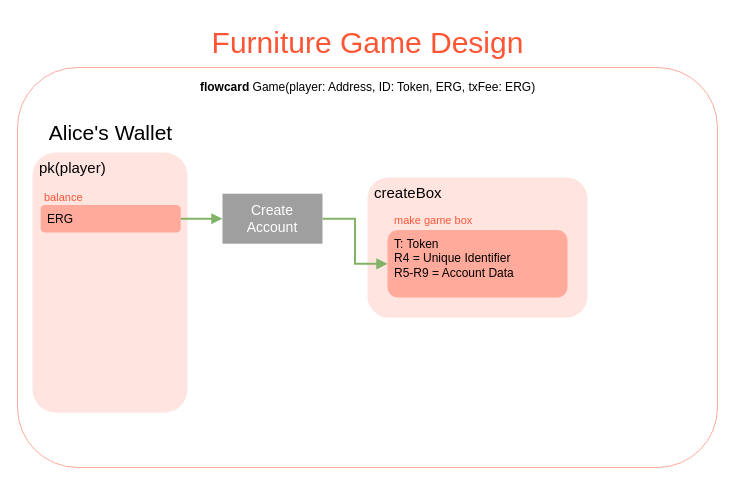
Above: info/src/Untitled Diagram.drawio in quwin/auto-chess (draw.io), before the change. Source tidied: cells renumbered, new cells numbered last; positions are measured from the earlier drawing's top-left corner, leaving out a move shared by most shapes. Both pictures are drawn from the tidied source at 100%, with x=0, y=0 at pixel (17, 17).
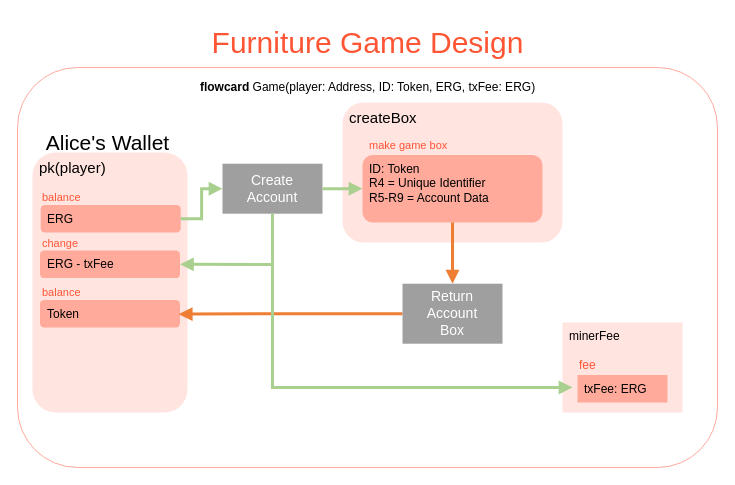
The same diagram, later.

Unchanged cells that the change refers to:
```xml
<mxCell id="2" style="group;rounded=0;labelBackgroundColor=none;fontFamily=Helvetica;fontSize=14;fontColor=none;strokeColor=none;fillColor=none;align=left;html=1;" parent="1" vertex="1">
  <mxGeometry y="10" width="700" height="440" as="geometry" />
</mxCell>
<mxCell id="6" style="group;rounded=1;labelBackgroundColor=none;fontFamily=Helvetica;fontSize=14;fontColor=none;strokeColor=none;fillColor=none;align=left;html=1;" parent="2" vertex="1">
  <mxGeometry x="15" y="95" width="155" height="290" as="geometry" />
</mxCell>
<mxCell id="10" value="&lt;div style=&quot;font-size: 12px&quot; align=&quot;left&quot;&gt;ERG&lt;/div&gt;&lt;div style=&quot;font-size: 12px&quot;&gt;&lt;br&gt;&lt;/div&gt;" style="rounded=1;whiteSpace=wrap;html=1;fontFamily=Helvetica;fontSize=24;fontColor=#000000;strokeColor=none;fillColor=#ffaa9b;align=left;labelBackgroundColor=none;verticalAlign=top;spacingLeft=5;" parent="9" vertex="1">
  <mxGeometry x="-20" y="22.5" width="140" height="27.5" as="geometry" />
</mxCell>
```

The edit, as a diff of the source:
```diff
@@
-    <mxCell id="8" value="&lt;div align=&quot;left&quot;&gt;&lt;font style=&quot;font-size: 21px;&quot;&gt;Alice's Wallet&lt;/font&gt;&lt;br&gt;&lt;/div&gt;" style="text;html=1;align=center;verticalAlign=middle;strokeColor=none;fillColor=none;fontSize=12;fontFamily=Helvetica;fontColor=#000000;rounded=0;labelBackgroundColor=none;" parent="6" vertex="1">
-      <mxGeometry x="2.5" y="-10" width="150" height="40" as="geometry" />
-    </mxCell>
     <mxCell id="9" style="group;rounded=1;fontFamily=Helvetica;fontSize=12;fontColor=#000000;strokeColor=none;fillColor=none;align=left;labelBackgroundColor=none;html=1;" parent="6" vertex="1">
-      <mxGeometry x="28.2" y="60" width="120" height="90" as="geometry" />
+      <mxGeometry x="28.2" y="60" width="120" height="98.8" as="geometry" />
     </mxCell>
@@
-    <mxCell id="11" value="&lt;font style=&quot;font-size: 11px;&quot;&gt;balance&lt;/font&gt;" style="text;html=1;align=left;verticalAlign=middle;strokeColor=none;fillColor=none;fontSize=12;fontFamily=Helvetica;fontColor=#ff5536;rounded=0;labelBackgroundColor=none;" parent="6" vertex="1">
-      <mxGeometry x="10" y="60" width="60" height="30" as="geometry" />
-    </mxCell>
+    <mxCell id="19" value="&lt;div style=&quot;font-size: 12px&quot; align=&quot;left&quot;&gt;Token&lt;/div&gt;" style="rounded=1;whiteSpace=wrap;html=1;fontFamily=Helvetica;fontSize=24;fontColor=#000000;strokeColor=none;fillColor=#ffaa9b;align=left;labelBackgroundColor=none;verticalAlign=top;spacingLeft=5;" parent="6" vertex="1">
+      <mxGeometry x="7.5" y="177.5" width="140" height="27.5" as="geometry" />
+    </mxCell>
+    <mxCell id="20" value="&lt;span style=&quot;font-size: 11px;&quot;&gt;balance&lt;/span&gt;" style="text;html=1;align=left;verticalAlign=middle;strokeColor=none;fillColor=none;fontSize=12;fontFamily=Helvetica;fontColor=#ff5536;rounded=0;labelBackgroundColor=none;" parent="6" vertex="1">
+      <mxGeometry x="7.5" y="155" width="60" height="30" as="geometry" />
+    </mxCell>
+    <mxCell id="21" style="group;rounded=1;fontFamily=Helvetica;fontSize=12;fontColor=#000000;strokeColor=none;fillColor=none;align=left;labelBackgroundColor=none;html=1;" parent="6" vertex="1">
+      <mxGeometry x="27.5" y="105.6" width="120" height="98.8" as="geometry" />
+    </mxCell>
+    <mxCell id="22" value="&lt;div style=&quot;font-size: 12px&quot; align=&quot;left&quot;&gt;ERG - txFee&lt;/div&gt;&lt;div style=&quot;font-size: 12px&quot;&gt;&lt;br&gt;&lt;/div&gt;" style="rounded=1;whiteSpace=wrap;html=1;fontFamily=Helvetica;fontSize=24;fontColor=#000000;strokeColor=none;fillColor=#ffaa9b;align=left;labelBackgroundColor=none;verticalAlign=top;spacingLeft=5;" parent="21" vertex="1">
+      <mxGeometry x="-20" y="22.5" width="140" height="27.5" as="geometry" />
+    </mxCell>
+    <mxCell id="23" value="&lt;span style=&quot;font-size: 11px;&quot;&gt;change&lt;/span&gt;" style="text;html=1;align=left;verticalAlign=middle;strokeColor=none;fillColor=none;fontSize=12;fontFamily=Helvetica;fontColor=#ff5536;rounded=0;labelBackgroundColor=none;" parent="6" vertex="1">
+      <mxGeometry x="7.5" y="105.6" width="60" height="30" as="geometry" />
+    </mxCell>
     <mxCell id="12" value="Create &lt;br&gt;Account" style="rounded=0;whiteSpace=wrap;html=1;fontFamily=Helvetica;fontSize=14;fontColor=#FFFFFF;strokeColor=none;fillColor=#9f9f9f;align=center;" parent="2" vertex="1">
-      <mxGeometry x="205" y="166.2" width="100" height="50" as="geometry" />
+      <mxGeometry x="205" y="136.2" width="100" height="50" as="geometry" />
     </mxCell>
-    <mxCell id="13" style="edgeStyle=orthogonalEdgeStyle;rounded=0;jettySize=auto;html=1;exitX=1;exitY=0.5;exitDx=0;exitDy=0;entryX=0;entryY=0.5;entryDx=0;entryDy=0;fontSize=10;fillColor=#d5e8d4;strokeColor=#82b366;strokeWidth=2;endArrow=block;endFill=1;" parent="2" edge="1" source="10" target="12">
+    <mxCell id="13" style="edgeStyle=orthogonalEdgeStyle;rounded=0;jettySize=auto;html=1;exitX=1;exitY=0.5;exitDx=0;exitDy=0;entryX=0;entryY=0.5;entryDx=0;entryDy=0;fontSize=10;fillColor=#d5e8d4;strokeColor=#A9D08E;strokeWidth=3;endArrow=block;endFill=1;" parent="2" edge="1" source="10" target="12">
       <mxGeometry relative="1" as="geometry" />
     </mxCell>
     <mxCell id="14" style="group;rounded=1;fontSize=10;" parent="2" vertex="1">
-      <mxGeometry x="350" y="150" width="220" height="140" as="geometry" />
+      <mxGeometry x="325" y="75" width="220" height="140" as="geometry" />
     </mxCell>
@@
-    <mxCell id="17" value="&lt;div style=&quot;font-size: 12px&quot; align=&quot;left&quot;&gt;&lt;span style=&quot;background-color: initial;&quot;&gt;T: Token&lt;/span&gt;&lt;br&gt;&lt;/div&gt;&lt;div style=&quot;font-size: 12px&quot; align=&quot;left&quot;&gt;&lt;font style=&quot;font-size: 12px&quot; color=&quot;#000000&quot;&gt;R4 = Unique Identifier&lt;/font&gt;&lt;/div&gt;&lt;div style=&quot;font-size: 12px&quot; align=&quot;left&quot;&gt;&lt;font style=&quot;font-size: 12px&quot; color=&quot;#000000&quot;&gt;R5-R9 = Account Data&lt;/font&gt;&lt;/div&gt;&lt;div&gt;&lt;br&gt;&lt;/div&gt;&lt;div style=&quot;font-size: 12px&quot;&gt;&lt;br&gt;&lt;/div&gt;" style="rounded=1;whiteSpace=wrap;html=1;fontFamily=Helvetica;fontSize=24;fontColor=#000000;strokeColor=none;fillColor=#ffaa9b;align=left;labelBackgroundColor=none;verticalAlign=top;spacingLeft=5;" parent="14" vertex="1">
+    <mxCell id="17" value="&lt;div style=&quot;font-size: 12px&quot; align=&quot;left&quot;&gt;&lt;span style=&quot;background-color: initial;&quot;&gt;ID: Token&lt;/span&gt;&lt;br&gt;&lt;/div&gt;&lt;div style=&quot;font-size: 12px&quot; align=&quot;left&quot;&gt;&lt;font style=&quot;font-size: 12px&quot; color=&quot;#000000&quot;&gt;R4 = Unique Identifier&lt;/font&gt;&lt;/div&gt;&lt;div style=&quot;font-size: 12px&quot; align=&quot;left&quot;&gt;&lt;font style=&quot;font-size: 12px&quot; color=&quot;#000000&quot;&gt;R5-R9 = Account Data&lt;/font&gt;&lt;/div&gt;&lt;div&gt;&lt;br&gt;&lt;/div&gt;&lt;div style=&quot;font-size: 12px&quot;&gt;&lt;br&gt;&lt;/div&gt;" style="rounded=1;whiteSpace=wrap;html=1;fontFamily=Helvetica;fontSize=24;fontColor=#000000;strokeColor=none;fillColor=#ffaa9b;align=left;labelBackgroundColor=none;verticalAlign=top;spacingLeft=5;" parent="14" vertex="1">
       <mxGeometry x="20" y="52.5" width="180" height="67.5" as="geometry" />
     </mxCell>
-    <mxCell id="18" style="edgeStyle=orthogonalEdgeStyle;rounded=0;jettySize=auto;html=1;exitX=1;exitY=0.5;exitDx=0;exitDy=0;fontSize=11;endArrow=block;endFill=1;strokeWidth=2;entryX=0;entryY=0.5;entryDx=0;entryDy=0;fillColor=#d5e8d4;strokeColor=#82b366;" parent="2" edge="1" source="12" target="17">
+    <mxCell id="18" style="edgeStyle=orthogonalEdgeStyle;rounded=0;jettySize=auto;html=1;exitX=1;exitY=0.5;exitDx=0;exitDy=0;fontSize=11;endArrow=block;endFill=1;strokeWidth=3;entryX=0;entryY=0.5;entryDx=0;entryDy=0;fillColor=#d5e8d4;strokeColor=#A9D08E;" parent="2" edge="1" source="12" target="17">
       <mxGeometry relative="1" as="geometry" />
     </mxCell>
+    <mxCell id="24" style="edgeStyle=orthogonalEdgeStyle;rounded=0;jettySize=auto;html=1;fontSize=11;endArrow=block;endFill=1;strokeWidth=3;entryX=0.991;entryY=0.515;entryDx=0;entryDy=0;entryPerimeter=0;fillColor=#ffe6cc;strokeColor=#EE7E34;" parent="2" edge="1" source="25" target="19">
+      <mxGeometry relative="1" as="geometry" />
+    </mxCell>
+    <mxCell id="25" value="Return&lt;br&gt;Account&lt;br&gt;Box" style="rounded=0;whiteSpace=wrap;html=1;fontFamily=Helvetica;fontSize=14;fontColor=#FFFFFF;strokeColor=none;fillColor=#9f9f9f;align=center;" parent="2" vertex="1">
+      <mxGeometry x="385" y="256.2" width="100" height="60" as="geometry" />
+    </mxCell>
+    <mxCell id="26" style="edgeStyle=orthogonalEdgeStyle;rounded=0;jettySize=auto;html=1;exitX=0.5;exitY=1;exitDx=0;exitDy=0;entryX=0.5;entryY=0;entryDx=0;entryDy=0;fontSize=11;endArrow=block;endFill=1;strokeWidth=3;fillColor=#ffe6cc;strokeColor=#EE7E34;" parent="2" edge="1" source="17" target="25">
+      <mxGeometry relative="1" as="geometry">
+        <Array as="points">
+          <mxPoint x="435" y="200" />
+          <mxPoint x="435" y="200" />
+        </Array>
+      </mxGeometry>
+    </mxCell>
+    <mxCell id="8" value="&lt;div align=&quot;left&quot;&gt;&lt;font style=&quot;font-size: 21px;&quot;&gt;Alice's Wallet&lt;/font&gt;&lt;br&gt;&lt;/div&gt;" style="text;html=1;align=center;verticalAlign=middle;strokeColor=none;fillColor=none;fontSize=12;fontFamily=Helvetica;fontColor=#000000;rounded=0;labelBackgroundColor=none;" parent="2" vertex="1">
+      <mxGeometry x="15" y="95" width="150" height="40" as="geometry" />
+    </mxCell>
+    <mxCell id="27" style="group;rounded=1;fontSize=11;" parent="2" vertex="1">
+      <mxGeometry x="545" y="295" width="120" height="90" as="geometry" />
+    </mxCell>
+    <mxCell id="28" value="minerFee" style="rounded=0;whiteSpace=wrap;html=1;fontFamily=Helvetica;fontSize=12;strokeColor=none;fillColor=#ffe4e0;fontColor=#000000;align=left;labelBackgroundColor=none;verticalAlign=top;spacing=2;spacingLeft=5;" parent="27" vertex="1">
+      <mxGeometry width="120" height="90" as="geometry" />
+    </mxCell>
+    <mxCell id="29" style="group;rounded=1;fontSize=11;" parent="27" vertex="1">
+      <mxGeometry x="15" y="32.5" width="90" height="47.5" as="geometry" />
+    </mxCell>
+    <mxCell id="30" value="&lt;div style=&quot;font-size: 12px&quot;&gt;&lt;font style=&quot;font-size: 12px&quot; color=&quot;#000000&quot;&gt;txFee: ERG&lt;/font&gt;&lt;/div&gt;" style="rounded=0;whiteSpace=wrap;html=1;fontFamily=Helvetica;fontSize=24;fontColor=#000000;strokeColor=none;fillColor=#ffaa9b;align=left;labelBackgroundColor=none;verticalAlign=top;spacingLeft=5;" parent="29" vertex="1">
+      <mxGeometry y="20" width="90" height="27.5" as="geometry" />
+    </mxCell>
+    <mxCell id="31" value="fee" style="text;html=1;align=left;verticalAlign=middle;strokeColor=none;fillColor=none;fontSize=12;fontFamily=Helvetica;fontColor=#ff5536;rounded=0;labelBackgroundColor=none;" parent="29" vertex="1">
+      <mxGeometry width="30" height="20" as="geometry" />
+    </mxCell>
+    <mxCell id="32" style="edgeStyle=orthogonalEdgeStyle;rounded=0;jettySize=auto;html=1;exitX=0.5;exitY=1;exitDx=0;exitDy=0;fontSize=11;endArrow=block;endFill=1;strokeColor=#A9D08E;strokeWidth=3;" parent="2" edge="1" source="12">
+      <mxGeometry relative="1" as="geometry">
+        <mxPoint x="555" y="360" as="targetPoint" />
+        <Array as="points">
+          <mxPoint x="255" y="360" />
+        </Array>
+      </mxGeometry>
+    </mxCell>
+    <mxCell id="33" style="edgeStyle=orthogonalEdgeStyle;rounded=0;jettySize=auto;html=1;fontSize=11;endArrow=block;endFill=1;strokeColor=#A9D08E;strokeWidth=3;entryX=1;entryY=0.5;entryDx=0;entryDy=0;" parent="2" edge="1" source="12" target="22">
+      <mxGeometry relative="1" as="geometry">
+        <Array as="points">
+          <mxPoint x="255" y="237" />
+        </Array>
+      </mxGeometry>
+    </mxCell>
+    <mxCell id="11" value="&lt;span style=&quot;font-size: 11px;&quot;&gt;balance&lt;/span&gt;" style="text;html=1;align=left;verticalAlign=middle;strokeColor=none;fillColor=none;fontSize=12;fontFamily=Helvetica;fontColor=#ff5536;rounded=0;labelBackgroundColor=none;" parent="1" vertex="1">
+      <mxGeometry x="23.2" y="165" width="60" height="30" as="geometry" />
+    </mxCell>
```
